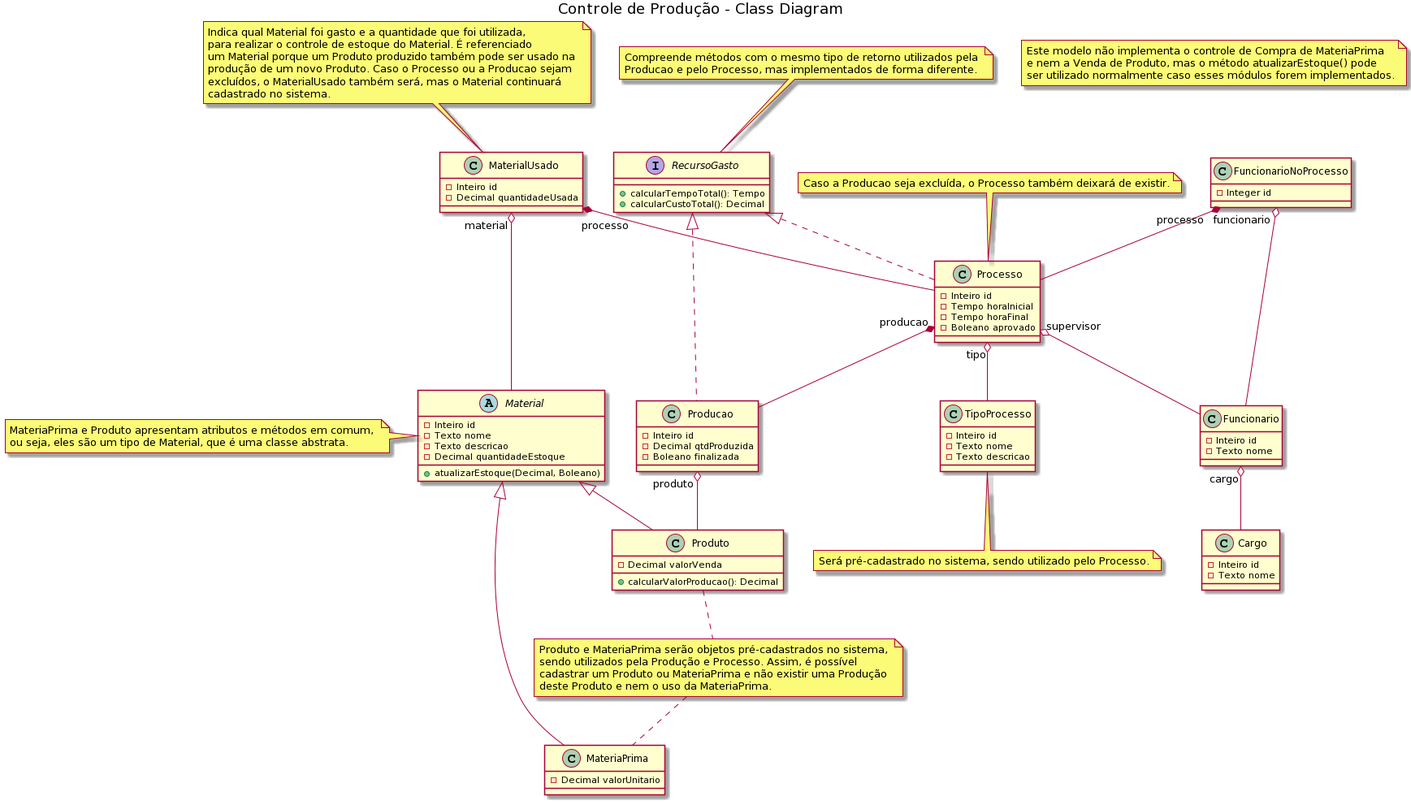
The PlantUML diagram Diagrama de classes - Controle de Produção.png in Thiago-Alexandre/ProjetoControleProducao, before a commit.
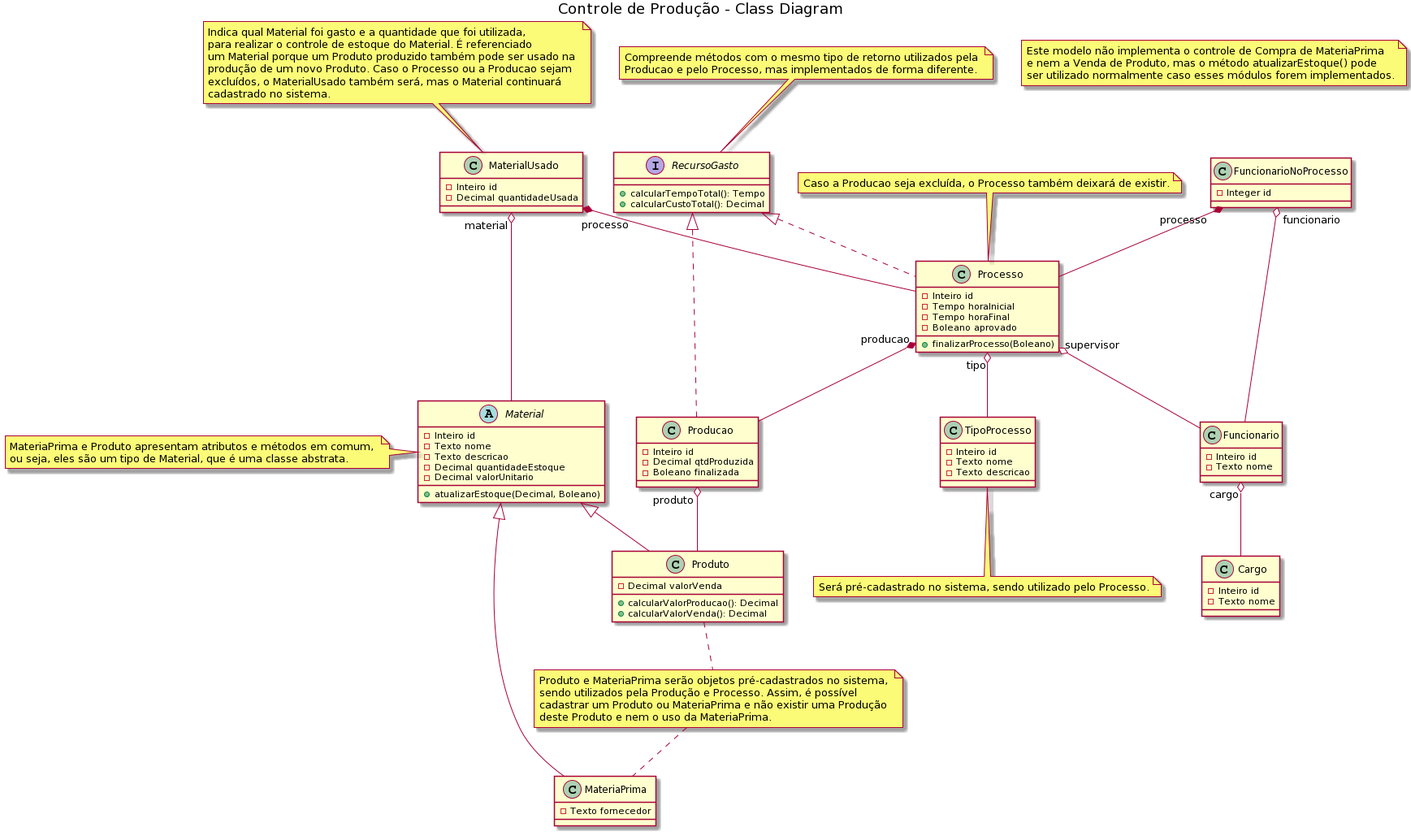
After the change.

Commit message:
Implementadas e testadas as 10 classes.

Diff of the diagram source:
```diff
@@ -6,16 +6,18 @@
   -Texto nome
   -Texto descricao
   -Decimal quantidadeEstoque
+  -Decimal valorUnitario
   +atualizarEstoque(Decimal, Boleano)
 }
 
 class Produto{
   -Decimal valorVenda
   +calcularValorProducao(): Decimal
+  +calcularValorVenda(): Decimal
 }
 
 class MateriaPrima{
-  -Decimal valorUnitario
+  -Texto fornecedor
 }
 
 class TipoProcesso{
@@ -44,6 +46,7 @@
   -Tempo horaInicial
   -Tempo horaFinal
   -Boleano aprovado
+  +finalizarProcesso(Boleano)
 }
 
 class FuncionarioNoProcesso{
```
